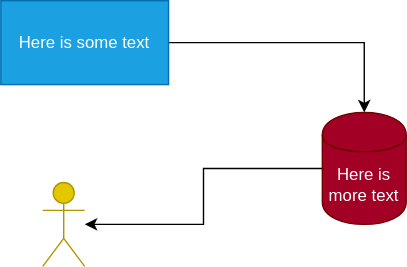
Rylan12/svg-compression-test keeps this draw.io diagram as uncompressed.drawio.svg. Above is the earlier version. Source tidied: cells renumbered, new cells last; positions are measured from the earlier drawing's top-left corner, leaving out a move shared by most shapes.
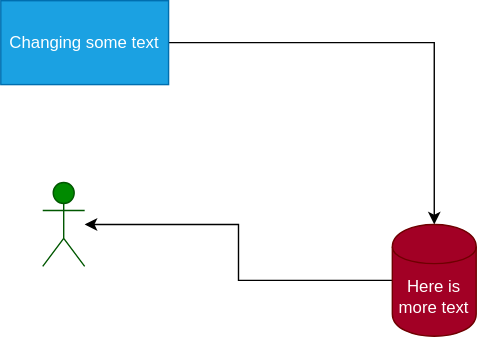
Above is the later version.

Change to the diagram source:
```diff
@@ -5,16 +5,16 @@
     <mxCell id="2" style="edgeStyle=orthogonalEdgeStyle;rounded=0;jettySize=auto;html=1;entryX=0.5;entryY=0;entryDx=0;entryDy=0;" parent="1" edge="1" source="3" target="5">
       <mxGeometry relative="1" as="geometry" />
     </mxCell>
-    <mxCell id="3" value="Here is some text" style="rounded=0;whiteSpace=wrap;html=1;fillColor=#1ba1e2;strokeColor=#006EAF;fontColor=#ffffff;" parent="1" vertex="1">
+    <mxCell id="3" value="Changing some text" style="rounded=0;whiteSpace=wrap;html=1;fillColor=#1ba1e2;strokeColor=#006EAF;fontColor=#ffffff;" parent="1" vertex="1">
       <mxGeometry width="120" height="60" as="geometry" />
     </mxCell>
     <mxCell id="4" style="edgeStyle=orthogonalEdgeStyle;rounded=0;jettySize=auto;html=1;" parent="1" edge="1" source="5" target="6">
       <mxGeometry relative="1" as="geometry" />
     </mxCell>
     <mxCell id="5" value="Here is more text" style="shape=cylinder;whiteSpace=wrap;html=1;boundedLbl=1;backgroundOutline=1;fillColor=#a20025;strokeColor=#6F0000;fontColor=#ffffff;" parent="1" vertex="1">
-      <mxGeometry x="230" y="80" width="60" height="80" as="geometry" />
+      <mxGeometry x="280" y="160" width="60" height="80" as="geometry" />
     </mxCell>
-    <mxCell id="6" style="shape=umlActor;verticalLabelPosition=bottom;labelBackgroundColor=#ffffff;verticalAlign=top;html=1;outlineConnect=0;fillColor=#e3c800;strokeColor=#B09500;fontColor=#ffffff;" parent="1" vertex="1">
+    <mxCell id="6" style="shape=umlActor;verticalLabelPosition=bottom;labelBackgroundColor=#ffffff;verticalAlign=top;html=1;outlineConnect=0;fillColor=#008a00;strokeColor=#005700;fontColor=#ffffff;" parent="1" vertex="1">
       <mxGeometry x="30" y="130" width="30" height="60" as="geometry" />
     </mxCell>
   </root>
```
